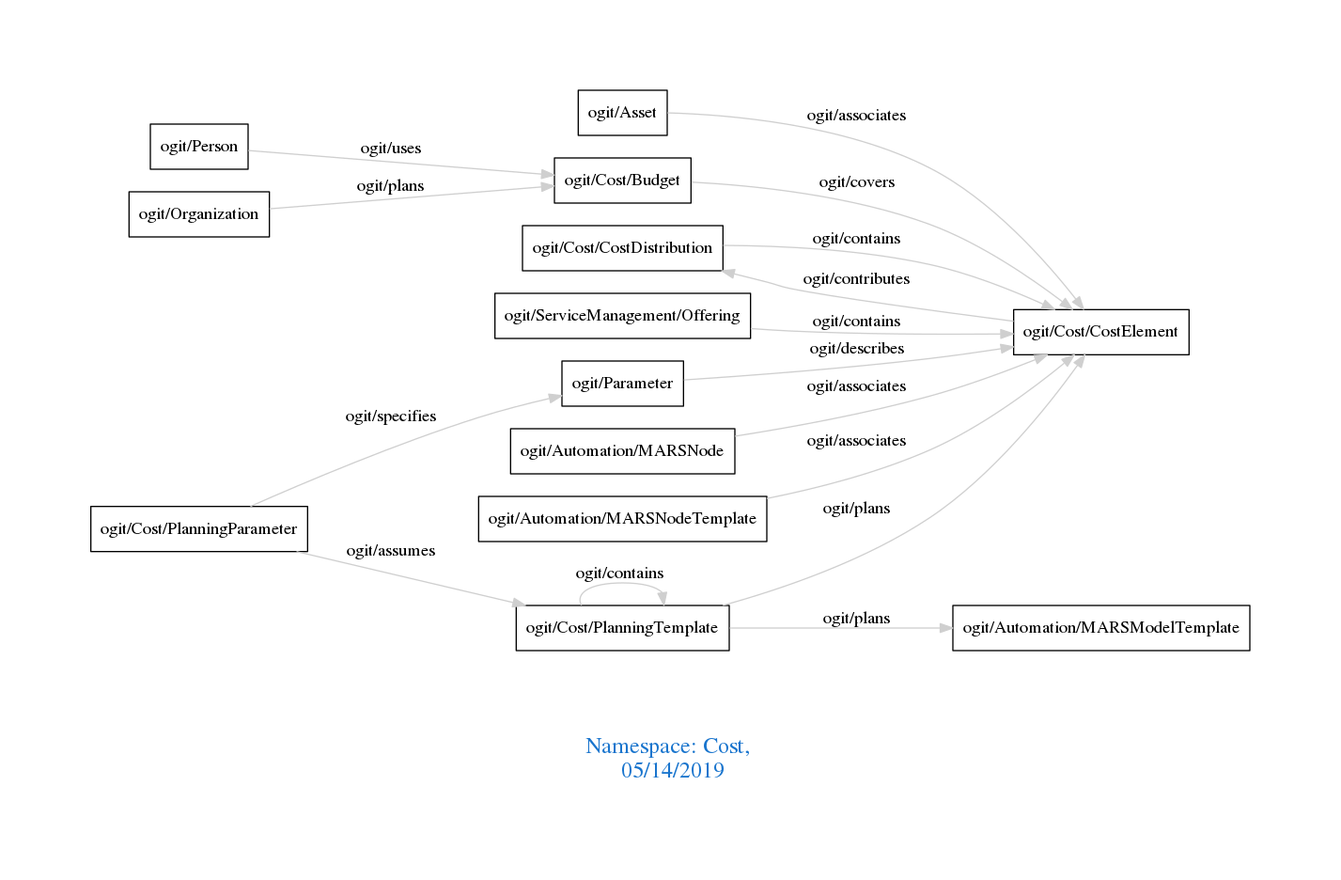
arago/OGIT keeps this Graphviz diagram as downloads/Cost.png. Above is the earlier version. Its source is kept beside it as downloads/Cost.dot.
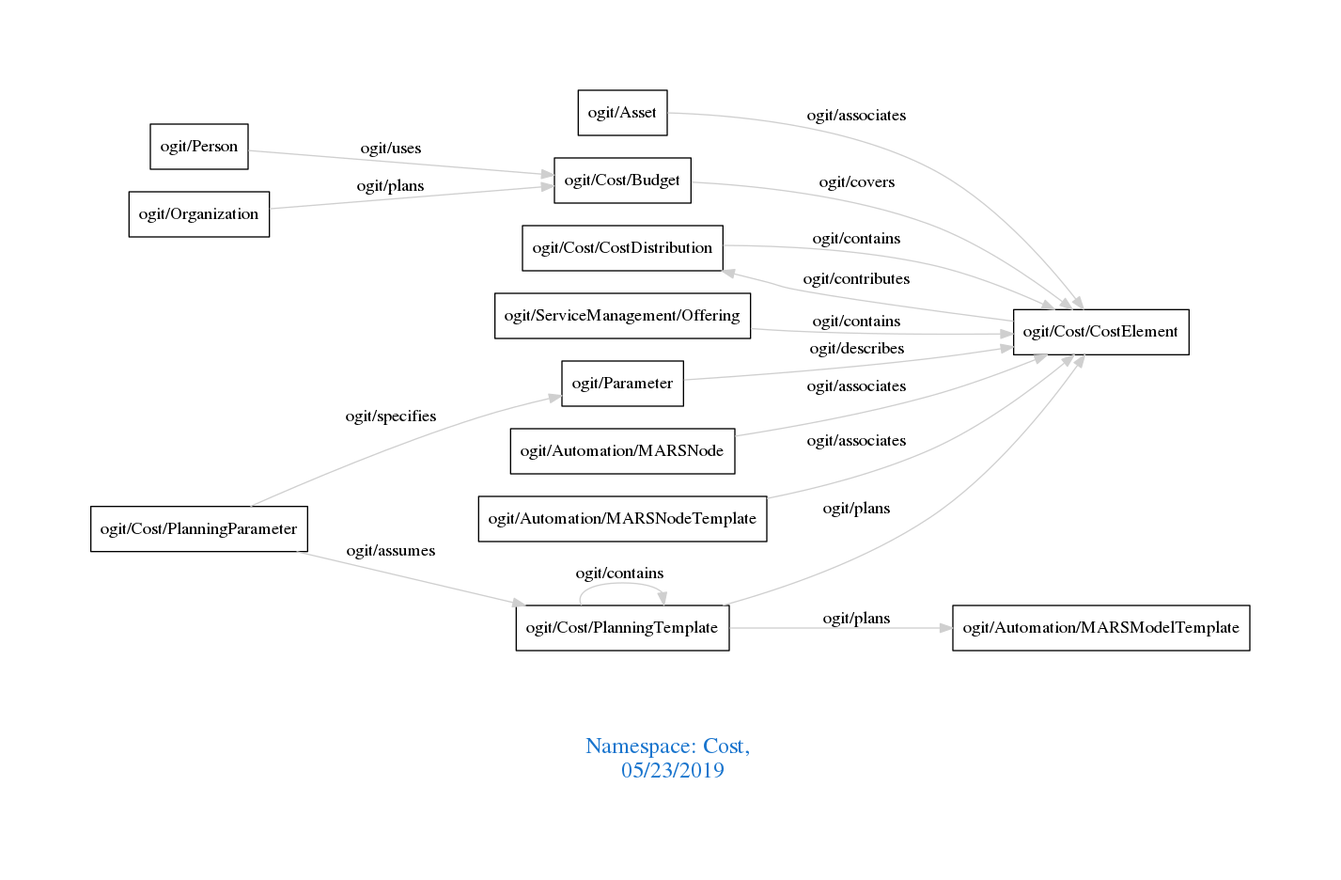
The same file after the commit.

The edit, as a diff of the source:
```diff
@@ -1,7 +1,7 @@
 digraph OGIT_ontology {
  graph [ rankdir= LR,pad=1
 fontsize = 18,
-fontcolor= dodgerblue3,label = "\n\n\nNamespace: Cost, \n 05/14/2019"];
+fontcolor= dodgerblue3,label = "\n\n\nNamespace: Cost, \n 05/23/2019"];
 node[shape=polygon];
 edge [  color="gray81"];
 
```
